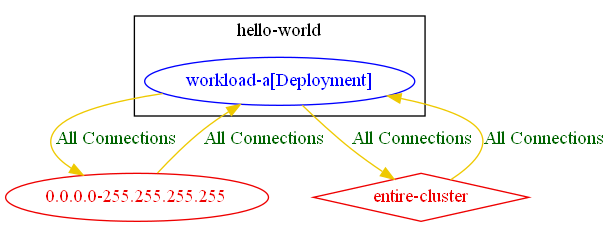
Earlier version of the Graphviz export test_outputs/connlist/exposure_test_allow_all_connlist_output.dot.png (np-guard/netpol-analyzer). Its source is kept beside it as test_outputs/connlist/exposure_test_allow_all_connlist_output.dot. Its diagram source:
```dot
digraph {
	subgraph "cluster_hello_world" {
		color="black"
		fontcolor="black"
		"hello-world/workload-a[Deployment]" [label="workload-a[Deployment]" color="blue" fontcolor="blue"]
		label="hello-world"
	}
	"0.0.0.0-255.255.255.255" [label="0.0.0.0-255.255.255.255" color="red2" fontcolor="red2"]
	"entire-cluster" [label="entire-cluster" color="red2" fontcolor="red2" shape=diamond]
	"0.0.0.0-255.255.255.255" -> "hello-world/workload-a[Deployment]" [label="All Connections" color="gold2" fontcolor="darkgreen"]
	"entire-cluster" -> "hello-world/workload-a[Deployment]" [label="All Connections" color="gold2" fontcolor="darkgreen"]
	"hello-world/workload-a[Deployment]" -> "0.0.0.0-255.255.255.255" [label="All Connections" color="gold2" fontcolor="darkgreen"]
	"hello-world/workload-a[Deployment]" -> "entire-cluster" [label="All Connections" color="gold2" fontcolor="darkgreen"]
}
```
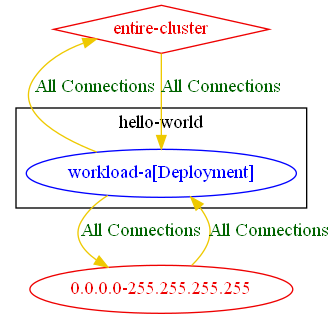
After the change.

Change to the diagram source:
```diff
@@ -8,7 +8,7 @@
 	"0.0.0.0-255.255.255.255" [label="0.0.0.0-255.255.255.255" color="red2" fontcolor="red2"]
 	"entire-cluster" [label="entire-cluster" color="red2" fontcolor="red2" shape=diamond]
 	"0.0.0.0-255.255.255.255" -> "hello-world/workload-a[Deployment]" [label="All Connections" color="gold2" fontcolor="darkgreen"]
-	"entire-cluster" -> "hello-world/workload-a[Deployment]" [label="All Connections" color="gold2" fontcolor="darkgreen"]
+	"entire-cluster" -> "hello-world/workload-a[Deployment]" [label="All Connections" color="gold2" fontcolor="darkgreen" weight=1]
 	"hello-world/workload-a[Deployment]" -> "0.0.0.0-255.255.255.255" [label="All Connections" color="gold2" fontcolor="darkgreen"]
-	"hello-world/workload-a[Deployment]" -> "entire-cluster" [label="All Connections" color="gold2" fontcolor="darkgreen"]
+	"hello-world/workload-a[Deployment]" -> "entire-cluster" [label="All Connections" color="gold2" fontcolor="darkgreen" weight=0.5]
 }
```
